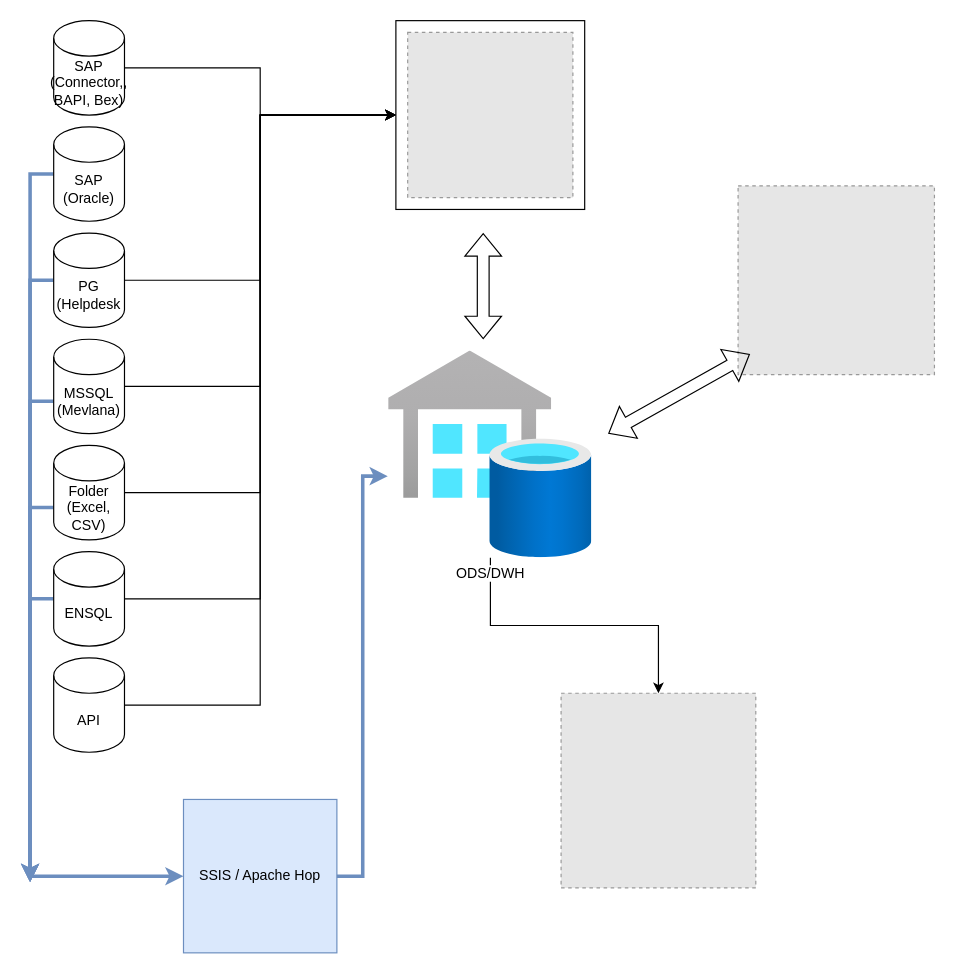
The draw.io diagram Diagram.drawio in BimmerGestalt/AAIdrive, before the edit. Source tidied: cells renumbered, new cells numbered last; positions are measured from the earlier drawing's top-left corner, leaving out a move shared by most shapes. Both pictures are drawn from the tidied source at 118%, with x=0, y=0 at pixel (30, 20). Pictures stored in the file or linked from it are replaced by grey dashed boxes.
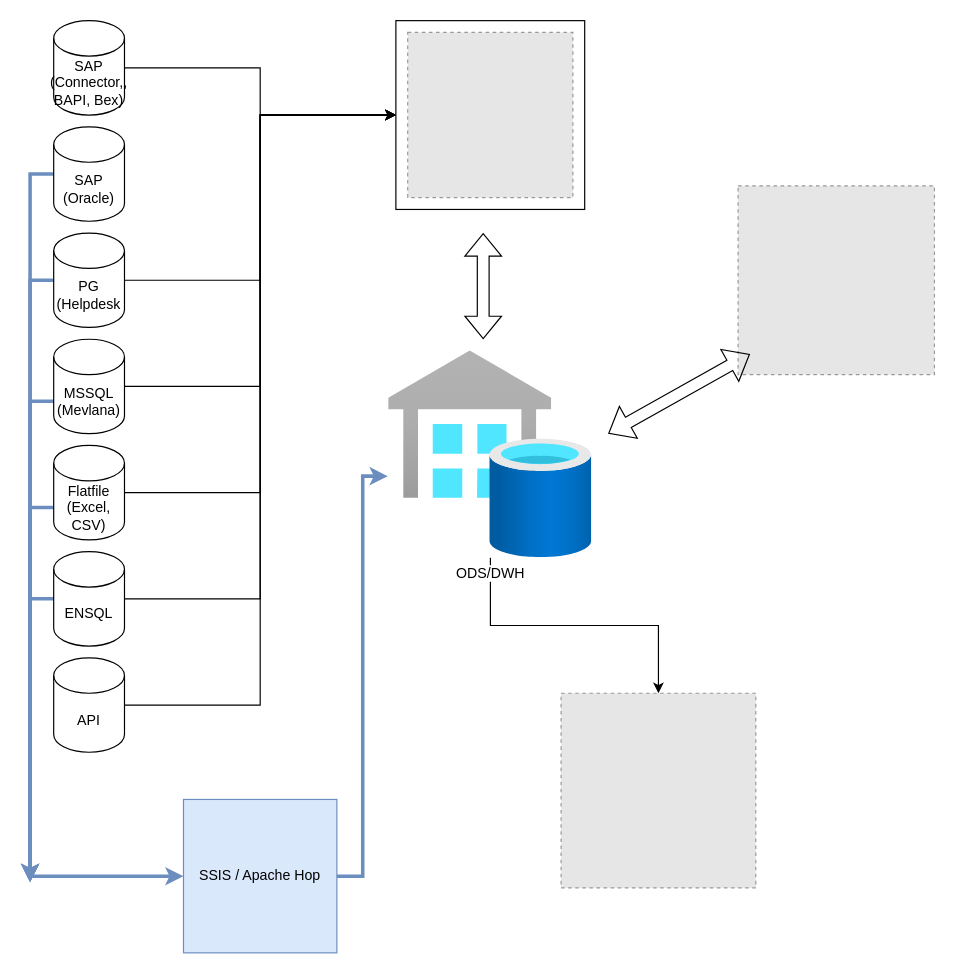
The same page after the edit.

The edit, as a diff of the source:
```diff
@@
-    <mxCell id="12" value="Folder (Excel, CSV)" style="shape=cylinder3;whiteSpace=wrap;html=1;boundedLbl=1;backgroundOutline=1;size=15;" parent="1" vertex="1">
+    <mxCell id="12" value="Flatfile (Excel, CSV)" style="shape=cylinder3;whiteSpace=wrap;html=1;boundedLbl=1;backgroundOutline=1;size=15;" parent="1" vertex="1">
       <mxGeometry x="20" y="360" width="60" height="80" as="geometry" />
     </mxCell>
```
